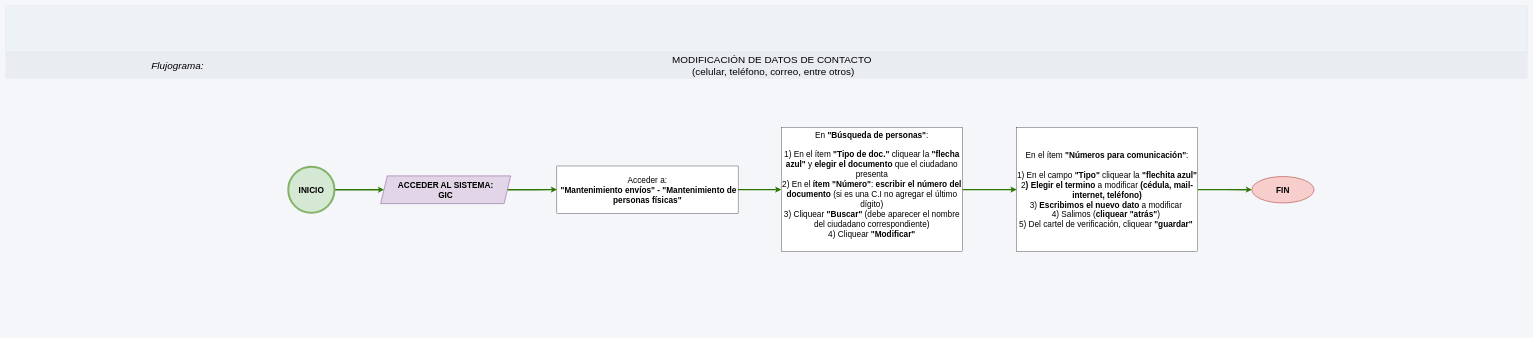
Above: page "Cambio de datos de envio" (4 of 4) of Modificacion_registros_GIC/Modificacion_registros_GIC.drawio in adlc20/Manual_de_procedimientos_ccz9 (draw.io), before the change. Source tidied: cells renumbered, new cells numbered last; positions are measured from the earlier drawing's top-left corner, leaving out a move shared by most shapes. Both pictures are drawn from the tidied source at 33%, with x=0, y=0 at pixel (6, 6).
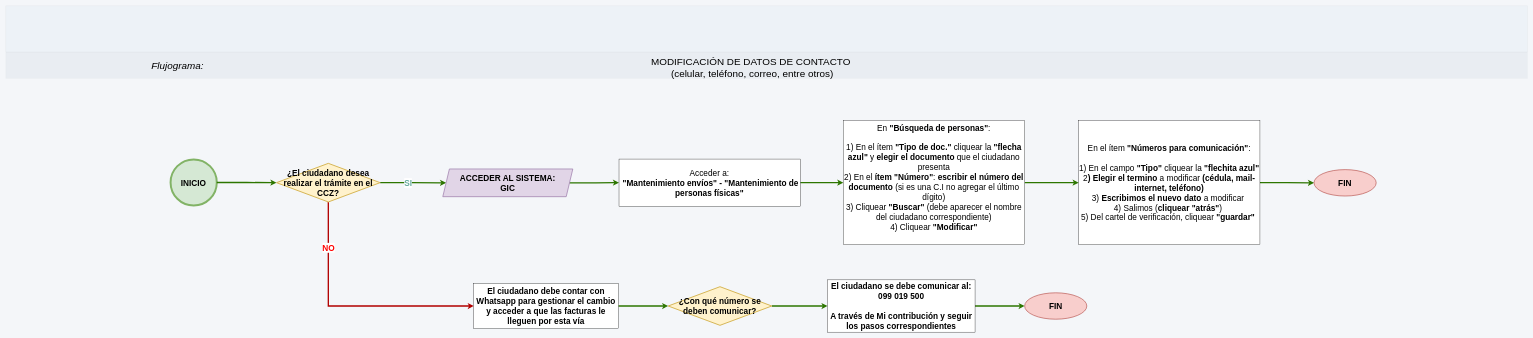
After the change.

The edit, as a diff of the source:
```diff
@@
     <mxCell id="5" value="&lt;font style=&quot;font-size: 30px;&quot;&gt;MODIFICACIÓN DE DATOS DE CONTACTO&amp;nbsp;&lt;/font&gt;&lt;div&gt;&lt;font style=&quot;font-size: 30px;&quot;&gt;(celular, teléfono, correo, entre otros)&lt;br&gt;&lt;/font&gt;&lt;/div&gt;" style="text;html=1;whiteSpace=wrap;strokeColor=none;fillColor=none;align=center;verticalAlign=middle;rounded=0;" parent="1" vertex="1">
-      <mxGeometry x="1800" y="143" width="1052.1" height="74" as="geometry" />
+      <mxGeometry x="1736" y="149" width="1052.1" height="74" as="geometry" />
     </mxCell>
-    <mxCell id="6" style="edgeStyle=orthogonalEdgeStyle;rounded=0;jettySize=auto;html=1;exitX=1;exitY=0.5;exitDx=0;exitDy=0;strokeWidth=4;fillColor=#60a917;strokeColor=#2D7600;entryX=0;entryY=0.5;entryDx=0;entryDy=0;" parent="1" edge="1" source="7" target="9">
+    <mxCell id="6" style="edgeStyle=orthogonalEdgeStyle;rounded=0;jettySize=auto;html=1;exitX=1;exitY=0.5;exitDx=0;exitDy=0;strokeWidth=4;fillColor=#60a917;strokeColor=#2D7600;entryX=0;entryY=0.5;entryDx=0;entryDy=0;" parent="1" edge="1" source="23" target="9">
       <mxGeometry x="0.1" relative="1" as="geometry" />
     </mxCell>
+    <mxCell id="17" value="&lt;b&gt;&lt;font style=&quot;font-size: 25px; color: rgb(103, 171, 159);&quot;&gt;SI&lt;/font&gt;&lt;/b&gt;" style="edgeLabel;html=1;align=center;verticalAlign=middle;defaultLabelBackgroundColor=gap;" parent="6" vertex="1">
+      <mxGeometry x="-0.01" y="-7" relative="1" as="geometry">
+        <mxPoint x="-14" y="-7" as="offset" />
+      </mxGeometry>
+    </mxCell>
     <mxCell id="7" value="&lt;font&gt;&lt;b&gt;INICIO&lt;/b&gt;&lt;/font&gt;" style="ellipse;whiteSpace=wrap;html=1;fillColor=#D5E8D4;strokeColor=#82b366;strokeWidth=6;gradientColor=none;fontSize=25;" parent="1" vertex="1">
-      <mxGeometry x="856" y="487.5" width="140" height="140" as="geometry" />
+      <mxGeometry x="499.4" y="465.5" width="140" height="140" as="geometry" />
     </mxCell>
@@
     <mxCell id="9" value="&lt;font&gt;&lt;span&gt;ACCEDER AL SISTEMA:&lt;/span&gt;&lt;/font&gt;&lt;div&gt;&lt;font&gt;&lt;span&gt;&amp;nbsp;GIC&amp;nbsp;&lt;/span&gt;&lt;/font&gt;&lt;/div&gt;" style="shape=parallelogram;perimeter=parallelogramPerimeter;whiteSpace=wrap;html=1;fixedSize=1;fillColor=#e1d5e7;strokeColor=#9673a6;strokeWidth=2;fontSize=25;fontStyle=1;" parent="1" vertex="1">
-      <mxGeometry x="1136" y="515.5" width="394" height="84" as="geometry" />
+      <mxGeometry x="1324.3" y="494.5" width="394" height="84" as="geometry" />
     </mxCell>
@@
     <mxCell id="11" value="&lt;font style=&quot;font-size: 25px;&quot;&gt;Acceder a:&lt;/font&gt;&lt;div style=&quot;&quot;&gt;&lt;span style=&quot;font-size: 25px; background-color: transparent; color: light-dark(rgb(0, 0, 0), rgb(255, 255, 255));&quot;&gt;&lt;b&gt;&amp;nbsp;&quot;Mantenimiento envíos&quot; - &quot;Mantenimiento de personas físicas&quot;&lt;/b&gt;&lt;/span&gt;&lt;/div&gt;" style="rounded=0;whiteSpace=wrap;html=1;align=center;" parent="1" vertex="1">
-      <mxGeometry x="1670" y="485.5" width="549.2" height="143" as="geometry" />
+      <mxGeometry x="1858.3" y="464.5" width="549.2" height="143" as="geometry" />
     </mxCell>
@@
     <mxCell id="13" value="&lt;div&gt;&lt;span style=&quot;font-size: 25px;&quot;&gt;En el ítem&lt;b&gt; &quot;Números para comunicación&quot;&lt;/b&gt;:&lt;/span&gt;&lt;/div&gt;&lt;div&gt;&lt;span style=&quot;font-size: 25px;&quot;&gt;&lt;br&gt;&lt;/span&gt;&lt;/div&gt;&lt;div&gt;&lt;span style=&quot;font-size: 25px;&quot;&gt;1) En el campo&lt;b&gt; &quot;Tipo&quot;&lt;/b&gt; cliquear la &lt;b&gt;&quot;flechita azul&quot;&lt;/b&gt;&lt;/span&gt;&lt;/div&gt;&lt;div&gt;&lt;span style=&quot;font-size: 25px;&quot;&gt;2&lt;b&gt;) Elegir el termino&lt;/b&gt; a modificar&lt;b&gt; (cédula, mail-internet, teléfono)&lt;/b&gt;&lt;/span&gt;&lt;/div&gt;&lt;div&gt;&lt;span style=&quot;font-size: 25px;&quot;&gt;3) &lt;b&gt;Escribimos el nuevo dato&lt;/b&gt; a modificar&amp;nbsp;&lt;/span&gt;&lt;/div&gt;&lt;div&gt;&lt;span style=&quot;font-size: 25px;&quot;&gt;4) Salimos (&lt;b&gt;cliquear &quot;atrás&quot;&lt;/b&gt;)&amp;nbsp;&lt;/span&gt;&lt;/div&gt;&lt;div&gt;&lt;span style=&quot;font-size: 25px;&quot;&gt;5) Del cartel de verificación,&amp;nbsp;&lt;/span&gt;&lt;span style=&quot;font-size: 25px; background-color: transparent; color: light-dark(rgb(0, 0, 0), rgb(255, 255, 255));&quot;&gt;cliquear &lt;b&gt;&quot;guardar&quot;&lt;/b&gt;&lt;/span&gt;&lt;span style=&quot;font-size: 25px; background-color: transparent; color: light-dark(rgb(0, 0, 0), rgb(255, 255, 255));&quot;&gt;&lt;b&gt;&amp;nbsp;&lt;/b&gt;&lt;/span&gt;&lt;/div&gt;" style="rounded=0;whiteSpace=wrap;html=1;align=center;verticalAlign=middle;" parent="1" vertex="1">
-      <mxGeometry x="3063" y="369" width="549.2" height="376" as="geometry" />
+      <mxGeometry x="3251.3" y="348" width="549.2" height="376" as="geometry" />
     </mxCell>
     <mxCell id="14" value="&lt;font&gt;&lt;b&gt;FIN&lt;/b&gt;&lt;/font&gt;" style="ellipse;whiteSpace=wrap;html=1;fillColor=#f8cecc;strokeColor=#b85450;strokeWidth=2;fontSize=25;" parent="1" vertex="1">
-      <mxGeometry x="3776" y="517.5" width="188.4" height="80" as="geometry" />
+      <mxGeometry x="3964.4" y="496.5" width="188.4" height="80" as="geometry" />
     </mxCell>
@@
     <mxCell id="16" value="&lt;div&gt;&lt;span style=&quot;font-size: 25px;&quot;&gt;En &lt;b&gt;&quot;Búsqueda de personas&quot;&lt;/b&gt;:&lt;/span&gt;&lt;/div&gt;&lt;div&gt;&lt;span style=&quot;font-size: 25px;&quot;&gt;&lt;br&gt;&lt;/span&gt;&lt;/div&gt;&lt;div&gt;&lt;span style=&quot;font-size: 25px;&quot;&gt;1) En el ítem &lt;b&gt;&quot;Tipo de doc.&quot;&lt;/b&gt; cliquear la &lt;b&gt;&quot;flecha azul&quot;&lt;/b&gt; y &lt;b&gt;elegir el documento&lt;/b&gt; que el ciudadano presenta&lt;/span&gt;&lt;/div&gt;&lt;div&gt;&lt;span style=&quot;font-size: 25px;&quot;&gt;2) En el &lt;b&gt;ítem &quot;Número&quot;&lt;/b&gt;: &lt;b&gt;escribir&amp;nbsp;el número del documento&lt;/b&gt;&amp;nbsp;(si es una C.I no agregar el último dígito)&lt;/span&gt;&lt;/div&gt;&lt;div&gt;&lt;span style=&quot;font-size: 25px;&quot;&gt;3) Cliquear &lt;b style=&quot;&quot;&gt;&quot;Buscar&quot;&lt;/b&gt; (debe aparecer el nombre del ciudadano correspondiente)&lt;/span&gt;&lt;/div&gt;&lt;div&gt;&lt;span style=&quot;font-size: 25px;&quot;&gt;4) Cliquear &lt;b&gt;&quot;Modificar&quot;&lt;/b&gt;&lt;/span&gt;&lt;/div&gt;" style="rounded=0;whiteSpace=wrap;html=1;align=center;verticalAlign=top;" parent="1" vertex="1">
-      <mxGeometry x="2349.9" y="369" width="549.2" height="376" as="geometry" />
+      <mxGeometry x="2538.2" y="348" width="549.2" height="376" as="geometry" />
     </mxCell>
+    <mxCell id="18" style="edgeStyle=orthogonalEdgeStyle;rounded=0;jettySize=auto;html=1;exitX=1;exitY=0.5;exitDx=0;exitDy=0;defaultLabelBackgroundColor=gap;fillColor=#60a917;strokeColor=#2D7600;strokeWidth=4;" parent="1" edge="1" source="7" target="23">
+      <mxGeometry relative="1" as="geometry" />
+    </mxCell>
+    <mxCell id="19" style="edgeStyle=orthogonalEdgeStyle;rounded=0;jettySize=auto;html=1;exitX=1;exitY=0.5;exitDx=0;exitDy=0;defaultLabelBackgroundColor=gap;fillColor=#60a917;strokeColor=#2D7600;strokeWidth=4;" parent="1" edge="1" source="20" target="24">
+      <mxGeometry relative="1" as="geometry" />
+    </mxCell>
+    <mxCell id="20" value="&lt;div&gt;&lt;b&gt;El ciudadano se debe comunicar al:&lt;/b&gt;&lt;/div&gt;&lt;div&gt;&lt;b&gt;099 019 500&lt;/b&gt;&lt;/div&gt;&lt;div&gt;&lt;b&gt;&lt;br&gt;&lt;/b&gt;&lt;/div&gt;&lt;div&gt;&lt;b&gt;A través de Mi contribución y seguir los pasos correspondientes&lt;/b&gt;&lt;/div&gt;" style="rounded=0;whiteSpace=wrap;html=1;fontSize=25;" parent="1" vertex="1">
+      <mxGeometry x="2490.3" y="830.6" width="446.9" height="158.4" as="geometry" />
+    </mxCell>
+    <mxCell id="21" style="edgeStyle=orthogonalEdgeStyle;rounded=0;jettySize=auto;html=1;exitX=0.5;exitY=1;exitDx=0;exitDy=0;entryX=0;entryY=0.5;entryDx=0;entryDy=0;defaultLabelBackgroundColor=gap;fillColor=#e51400;strokeColor=#B20000;strokeWidth=4;" parent="1" edge="1" source="23" target="26">
+      <mxGeometry relative="1" as="geometry" />
+    </mxCell>
+    <mxCell id="22" value="&lt;font style=&quot;font-size: 25px;&quot;&gt;&lt;b style=&quot;color: rgb(255, 0, 0);&quot;&gt;NO&lt;/b&gt;&lt;/font&gt;" style="edgeLabel;html=1;align=center;verticalAlign=middle;defaultLabelBackgroundColor=gap;" parent="21" vertex="1">
+      <mxGeometry x="-0.56" y="-3" relative="1" as="geometry">
+        <mxPoint x="3" y="-28" as="offset" />
+      </mxGeometry>
+    </mxCell>
+    <mxCell id="23" value="&lt;font&gt;&lt;b&gt;¿El ciudadano desea realizar el trámite en el CCZ?&lt;/b&gt;&lt;/font&gt;" style="rhombus;whiteSpace=wrap;html=1;fillColor=#fff2cc;strokeColor=#d6b656;fontSize=25;strokeWidth=3;" parent="1" vertex="1">
+      <mxGeometry x="820.4" y="477.5" width="314" height="117" as="geometry" />
+    </mxCell>
+    <mxCell id="24" value="&lt;font&gt;&lt;b&gt;FIN&lt;/b&gt;&lt;/font&gt;" style="ellipse;whiteSpace=wrap;html=1;fillColor=#f8cecc;strokeColor=#b85450;strokeWidth=2;fontSize=25;" parent="1" vertex="1">
+      <mxGeometry x="3087.5" y="869.8" width="188.4" height="80" as="geometry" />
+    </mxCell>
+    <mxCell id="25" style="edgeStyle=orthogonalEdgeStyle;rounded=0;jettySize=auto;html=1;exitX=1;exitY=0.5;exitDx=0;exitDy=0;entryX=0;entryY=0.5;entryDx=0;entryDy=0;defaultLabelBackgroundColor=gap;fillColor=#60a917;strokeColor=#2D7600;strokeWidth=4;" parent="1" edge="1" source="26" target="28">
+      <mxGeometry relative="1" as="geometry" />
+    </mxCell>
+    <mxCell id="26" value="&lt;b&gt;El ciudadano debe contar con Whatsapp para gestionar el cambio y acceder a que las facturas le lleguen por esta vía&lt;/b&gt;" style="rounded=0;whiteSpace=wrap;html=1;fontSize=25;" parent="1" vertex="1">
+      <mxGeometry x="1418.3" y="842.3" width="438" height="135" as="geometry" />
+    </mxCell>
+    <mxCell id="27" style="edgeStyle=orthogonalEdgeStyle;rounded=0;jettySize=auto;html=1;exitX=1;exitY=0.5;exitDx=0;exitDy=0;defaultLabelBackgroundColor=gap;fillColor=#60a917;strokeColor=#2D7600;strokeWidth=4;" parent="1" edge="1" source="28" target="20">
+      <mxGeometry relative="1" as="geometry" />
+    </mxCell>
+    <mxCell id="28" value="&lt;font&gt;&lt;b&gt;¿Con qué número se deben comunicar?&lt;/b&gt;&lt;/font&gt;" style="rhombus;whiteSpace=wrap;html=1;fillColor=#fff2cc;strokeColor=#d6b656;fontSize=25;strokeWidth=3;" parent="1" vertex="1">
+      <mxGeometry x="2007.3" y="851.3" width="314" height="117" as="geometry" />
+    </mxCell>
```
